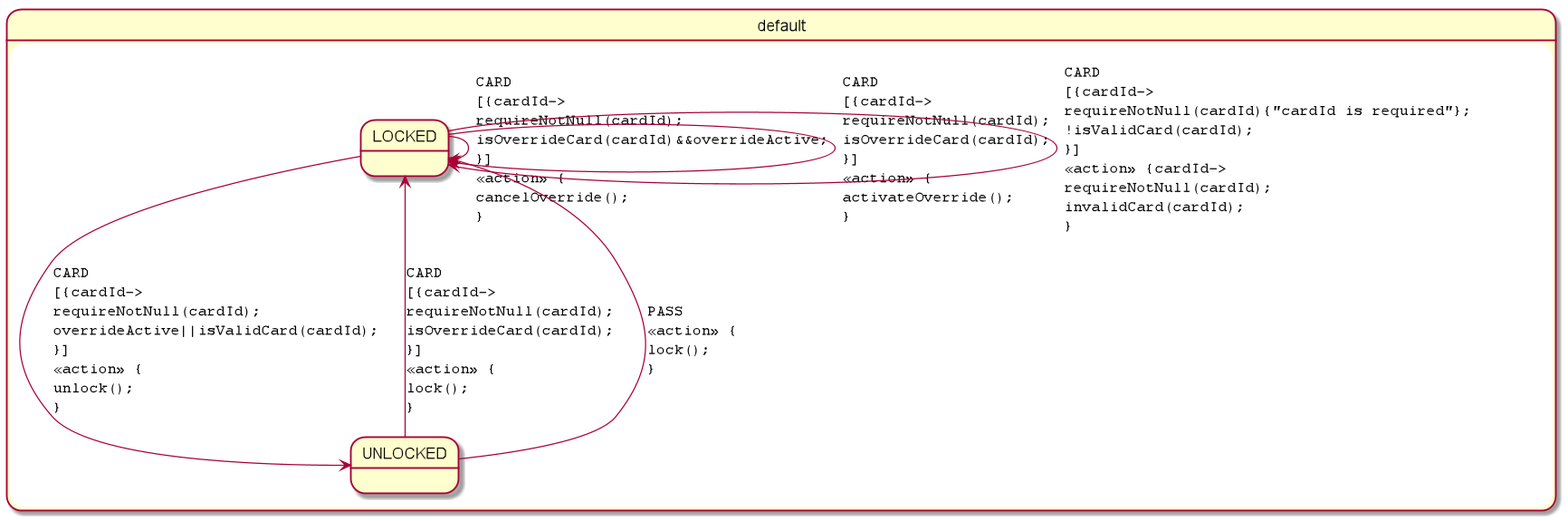
The PlantUML diagram turnstile-parsed.png in open-jumpco/kfsm-viz, before a commit.
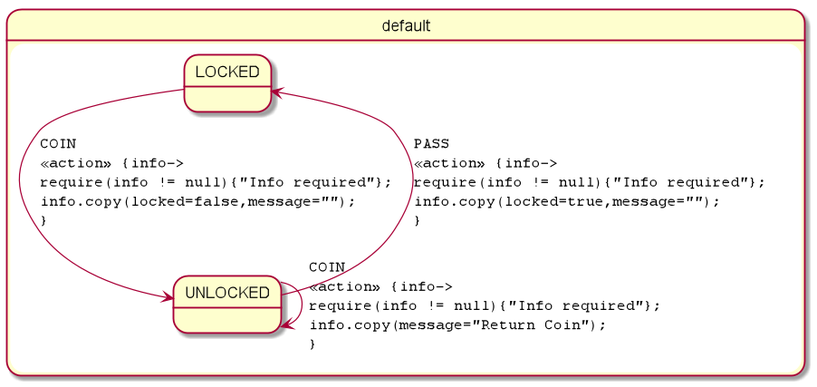
After the change.

Diff of the diagram source:
```diff
@@ -2,11 +2,8 @@
 skinparam StateFontName Helvetica
 skinparam defaultFontName Monospaced
 state default {
-LOCKED --> LOCKED : CARD\l[{cardId->\lrequireNotNull(cardId);\lisOverrideCard(cardId)&&overrideActive;\l}]\l<<action>> {\lcancelOverride();\l}
-LOCKED --> LOCKED : CARD\l[{cardId->\lrequireNotNull(cardId);\lisOverrideCard(cardId);\l}]\l<<action>> {\lactivateOverride();\l}
-LOCKED --> UNLOCKED : CARD\l[{cardId->\lrequireNotNull(cardId);\loverrideActive||isValidCard(cardId);\l}]\l<<action>> {\lunlock();\l}
-LOCKED --> LOCKED : CARD\l[{cardId->\lrequireNotNull(cardId){"cardId is required"};\l!isValidCard(cardId);\l}]\l<<action>> {cardId->\lrequireNotNull(cardId);\linvalidCard(cardId);\l}
-UNLOCKED --> LOCKED : CARD\l[{cardId->\lrequireNotNull(cardId);\lisOverrideCard(cardId);\l}]\l<<action>> {\llock();\l}
-UNLOCKED --> LOCKED : PASS\l<<action>> {\llock();\l}
+LOCKED --> UNLOCKED : COIN\l<<action>> {info->\lrequire(info != null){"Info required"};\linfo.copy(locked=false,message="");\l}
+UNLOCKED --> LOCKED : PASS\l<<action>> {info->\lrequire(info != null){"Info required"};\linfo.copy(locked=true,message="");\l}
+UNLOCKED --> UNLOCKED : COIN\l<<action>> {info->\lrequire(info != null){"Info required"};\linfo.copy(message="Return Coin");\l}
 }
 @enduml
```
